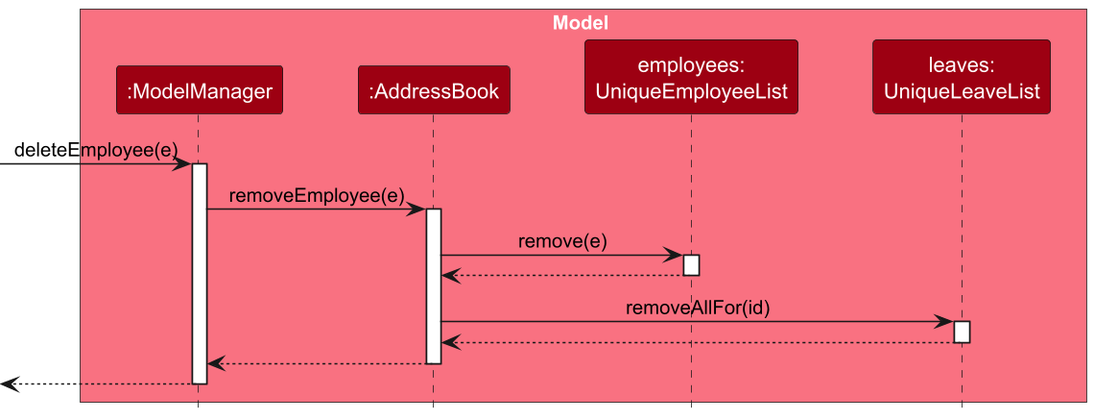
The PlantUML diagram docs/images/DeleteEmployeeCascadeSequenceDiagram.png in AY2627S1-CS2103T-T16-3/tp, before a commit.
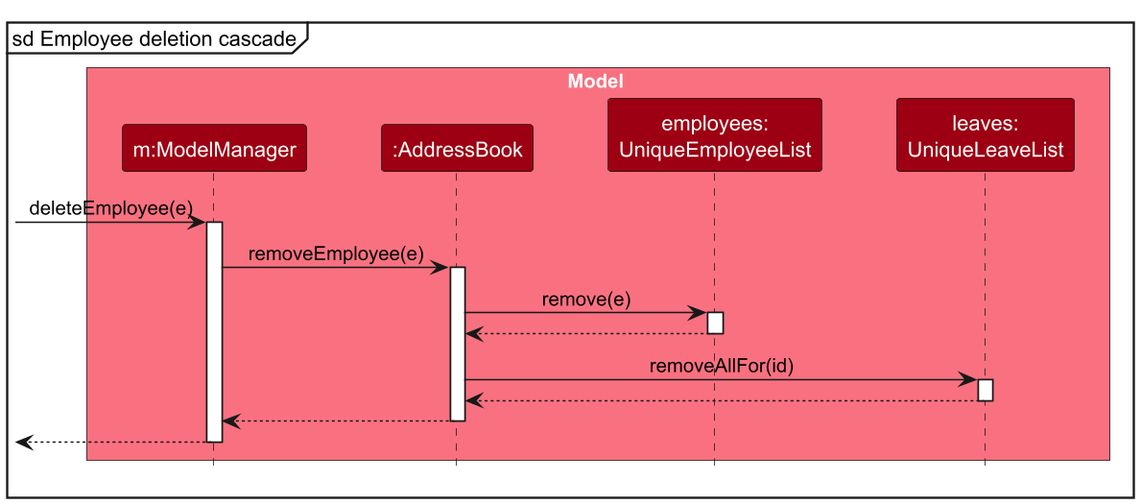
After the commit.

Commit message:
docs: address model and sequence diagram review feedback

Diff of the diagram source:
```diff
@@ -3,8 +3,10 @@
 skinparam dpi 150
 skinparam ArrowFontStyle plain
 
+mainframe sd Employee deletion cascade
+
 box Model MODEL_COLOR_T1
-participant ":ModelManager" as ModelManager MODEL_COLOR
+participant "m:ModelManager" as ModelManager MODEL_COLOR
 participant ":AddressBook" as AddressBook MODEL_COLOR
 participant "employees:\nUniqueEmployeeList" as Employees MODEL_COLOR
 participant "leaves:\nUniqueLeaveList" as Leaves MODEL_COLOR
```
